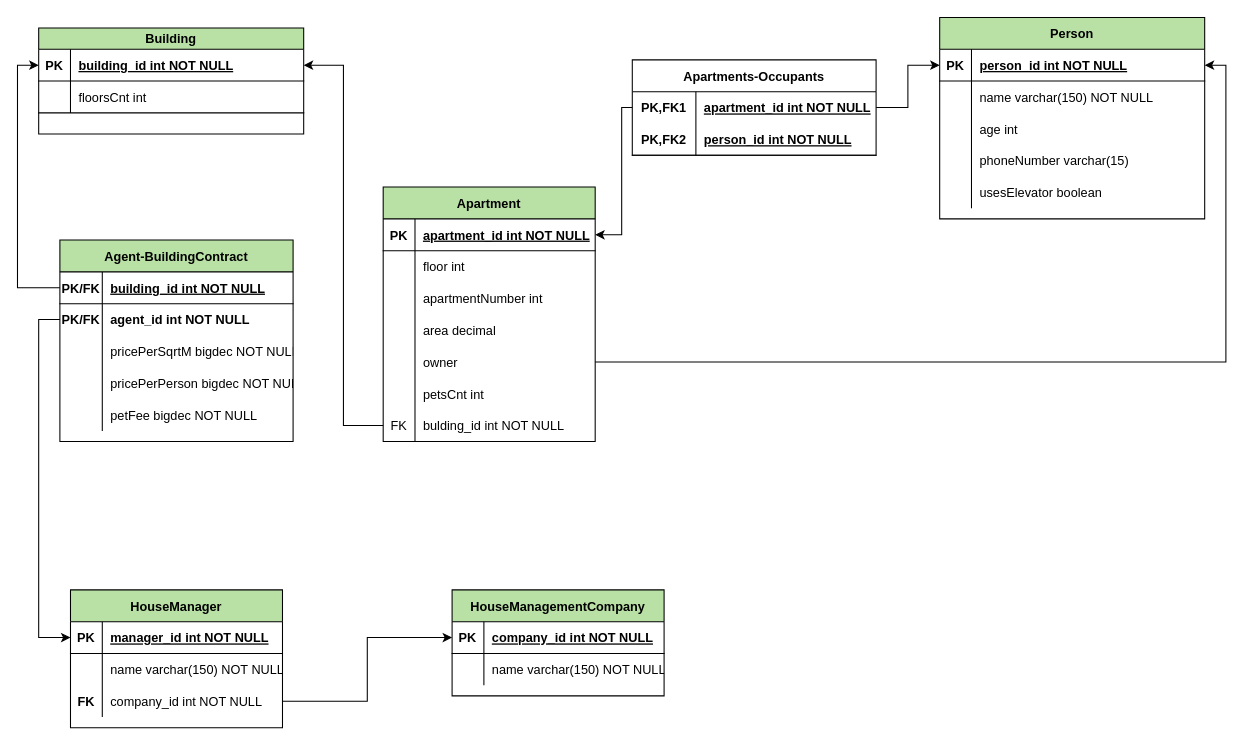
This is HouseManager-scheme.drawio from Gamblinggabble/HouseManager, a draw.io file, before an edit. Source tidied: cells renumbered, new cells numbered last; positions are measured from the earlier drawing's top-left corner, leaving out a move shared by most shapes. Both pictures are drawn from the tidied source at 106%, with x=0, y=0 at pixel (38, 17).
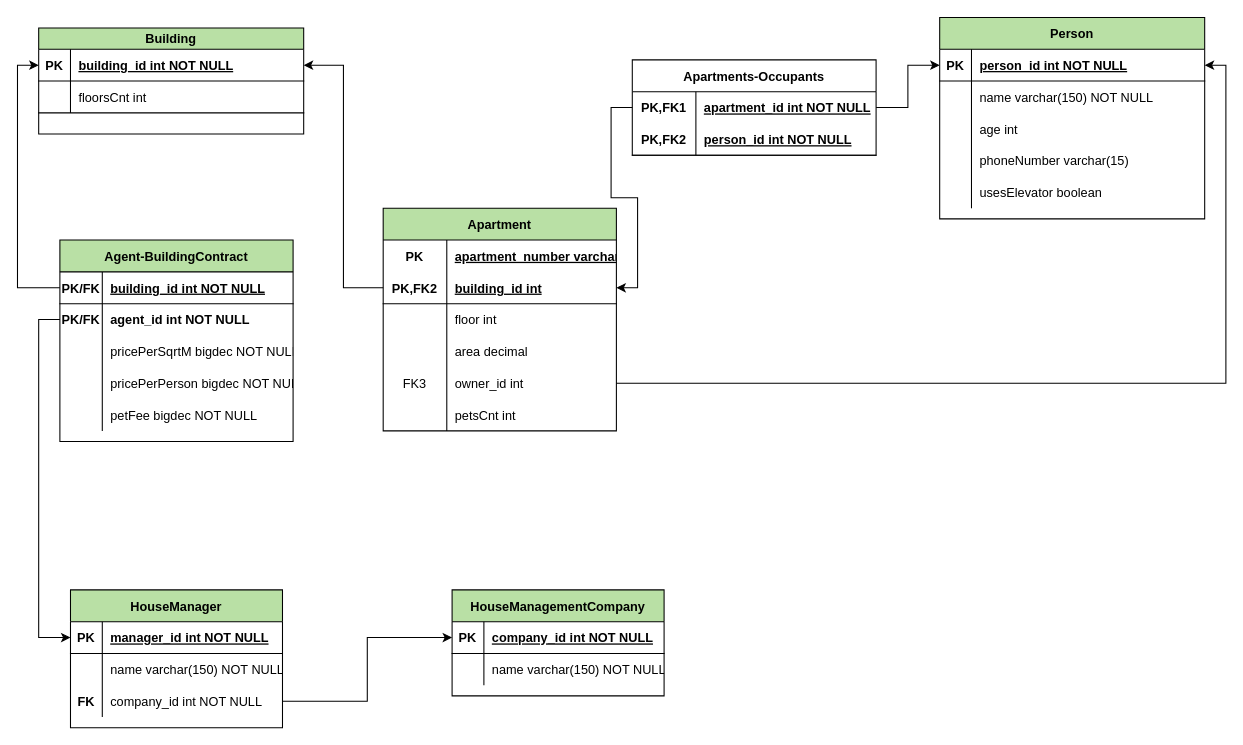
The same page after the edit.

Commit message (it also covers changes not shown here):
Change Apartment table primary key - composite of apartmentNumber and building_id

Unchanged cells that the change refers to:
```xml
<mxCell id="3" style="shape=partialRectangle;fillColor=none;points=[[0,0.5],[1,0.5]];portConstraint=eastwest;top=0;left=0;right=0;bottom=1;" parent="2" vertex="1">
  <mxGeometry y="30" width="250" height="30" as="geometry" />
</mxCell>
<mxCell id="19" style="shape=partialRectangle;fillColor=none;points=[[0,0.5],[1,0.5]];portConstraint=eastwest;top=0;left=0;right=0;bottom=1;" parent="18" vertex="1">
  <mxGeometry y="20" width="250" height="30" as="geometry" />
</mxCell>
<mxCell id="83" style="shape=tableRow;horizontal=0;startSize=0;swimlaneHead=0;swimlaneBody=0;fillColor=none;points=[[0,0.5],[1,0.5]];portConstraint=eastwest;top=0;left=0;right=0;bottom=0;" parent="82" vertex="1">
  <mxGeometry y="30" width="230" height="30" as="geometry" />
</mxCell>
```

The edit, as a diff of the source:
```diff
@@
-    <mxCell id="60" value="Apartment" style="shape=table;startSize=30;childLayout=tableLayout;rowLines=0;fontStyle=1;align=center;fillColor=#B9E0A5;" parent="1" vertex="1">
-      <mxGeometry x="325" y="160" width="200" height="240" as="geometry" />
-    </mxCell>
-    <mxCell id="61" style="shape=tableRow;horizontal=0;startSize=0;swimlaneHead=0;swimlaneBody=0;fillColor=none;points=[[0,0.5],[1,0.5]];portConstraint=eastwest;top=0;left=0;right=0;bottom=1;" parent="60" vertex="1">
-      <mxGeometry y="30" width="200" height="30" as="geometry" />
-    </mxCell>
-    <mxCell id="62" value="PK" style="shape=partialRectangle;fillColor=none;top=0;left=0;bottom=0;right=0;fontStyle=1;overflow=hidden;" parent="61" vertex="1">
-      <mxGeometry width="30" height="30" as="geometry" />
-    </mxCell>
-    <mxCell id="63" value="apartment_id int NOT NULL" style="shape=partialRectangle;fillColor=none;top=0;left=0;bottom=0;right=0;align=left;spacingLeft=6;fontStyle=5;overflow=hidden;" parent="61" vertex="1">
-      <mxGeometry x="30" width="170" height="30" as="geometry" />
-    </mxCell>
-    <mxCell id="64" style="shape=tableRow;horizontal=0;startSize=0;swimlaneHead=0;swimlaneBody=0;fillColor=none;top=0;left=0;right=0;bottom=0;" parent="60" vertex="1">
-      <mxGeometry y="60" width="200" height="30" as="geometry" />
-    </mxCell>
-    <mxCell id="65" style="shape=partialRectangle;fillColor=none;top=0;left=0;bottom=0;right=0;overflow=hidden;" parent="64" vertex="1">
-      <mxGeometry width="30" height="30" as="geometry" />
-    </mxCell>
-    <mxCell id="66" value="floor int" style="shape=partialRectangle;fillColor=none;top=0;left=0;bottom=0;right=0;align=left;spacingLeft=6;overflow=hidden;" parent="64" vertex="1">
-      <mxGeometry x="30" width="170" height="30" as="geometry" />
-    </mxCell>
-    <mxCell id="67" style="shape=tableRow;horizontal=0;startSize=0;swimlaneHead=0;swimlaneBody=0;fillColor=none;top=0;left=0;right=0;bottom=0;" parent="60" vertex="1">
-      <mxGeometry y="90" width="200" height="30" as="geometry" />
-    </mxCell>
-    <mxCell id="68" style="shape=partialRectangle;fillColor=none;top=0;left=0;bottom=0;right=0;overflow=hidden;" parent="67" vertex="1">
-      <mxGeometry width="30" height="30" as="geometry" />
-    </mxCell>
-    <mxCell id="69" value="apartmentNumber int" style="shape=partialRectangle;fillColor=none;top=0;left=0;bottom=0;right=0;align=left;spacingLeft=6;overflow=hidden;" parent="67" vertex="1">
-      <mxGeometry x="30" width="170" height="30" as="geometry" />
-    </mxCell>
-    <mxCell id="70" style="shape=tableRow;horizontal=0;startSize=0;swimlaneHead=0;swimlaneBody=0;fillColor=none;top=0;left=0;right=0;bottom=0;" parent="60" vertex="1">
-      <mxGeometry y="120" width="200" height="30" as="geometry" />
-    </mxCell>
-    <mxCell id="71" style="shape=partialRectangle;fillColor=none;top=0;left=0;bottom=0;right=0;overflow=hidden;" parent="70" vertex="1">
-      <mxGeometry width="30" height="30" as="geometry" />
-    </mxCell>
-    <mxCell id="72" value="area decimal" style="shape=partialRectangle;fillColor=none;top=0;left=0;bottom=0;right=0;align=left;spacingLeft=6;overflow=hidden;" parent="70" vertex="1">
-      <mxGeometry x="30" width="170" height="30" as="geometry" />
-    </mxCell>
-    <mxCell id="73" style="shape=tableRow;horizontal=0;startSize=0;swimlaneHead=0;swimlaneBody=0;fillColor=none;points=[[0,0.5],[1,0.5]];portConstraint=eastwest;top=0;left=0;right=0;bottom=0;" parent="60" vertex="1">
-      <mxGeometry y="150" width="200" height="30" as="geometry" />
-    </mxCell>
-    <mxCell id="74" style="shape=partialRectangle;fillColor=none;top=0;left=0;bottom=0;right=0;overflow=hidden;" parent="73" vertex="1">
-      <mxGeometry width="30" height="30" as="geometry" />
-    </mxCell>
-    <mxCell id="75" value="owner" style="shape=partialRectangle;fillColor=none;top=0;left=0;bottom=0;right=0;align=left;spacingLeft=6;overflow=hidden;" parent="73" vertex="1">
-      <mxGeometry x="30" width="170" height="30" as="geometry" />
-    </mxCell>
-    <mxCell id="76" style="shape=tableRow;horizontal=0;startSize=0;swimlaneHead=0;swimlaneBody=0;fillColor=none;top=0;left=0;right=0;bottom=0;" parent="60" vertex="1">
-      <mxGeometry y="180" width="200" height="30" as="geometry" />
-    </mxCell>
-    <mxCell id="77" style="shape=partialRectangle;fillColor=none;top=0;left=0;bottom=0;right=0;overflow=hidden;" parent="76" vertex="1">
-      <mxGeometry width="30" height="30" as="geometry" />
-    </mxCell>
-    <mxCell id="78" value="petsCnt int" style="shape=partialRectangle;fillColor=none;top=0;left=0;bottom=0;right=0;align=left;spacingLeft=6;overflow=hidden;" parent="76" vertex="1">
-      <mxGeometry x="30" width="170" height="30" as="geometry" />
-    </mxCell>
-    <mxCell id="79" style="shape=tableRow;horizontal=0;startSize=0;swimlaneHead=0;swimlaneBody=0;fillColor=none;points=[[0,0.5],[1,0.5]];portConstraint=eastwest;top=0;left=0;right=0;bottom=0;" parent="60" vertex="1">
-      <mxGeometry y="210" width="200" height="30" as="geometry" />
-    </mxCell>
-    <mxCell id="80" value="FK" style="shape=partialRectangle;fillColor=none;top=0;left=0;bottom=0;right=0;overflow=hidden;" parent="79" vertex="1">
-      <mxGeometry width="30" height="30" as="geometry" />
-    </mxCell>
-    <mxCell id="81" value="bulding_id int NOT NULL" style="shape=partialRectangle;fillColor=none;top=0;left=0;bottom=0;right=0;align=left;spacingLeft=6;overflow=hidden;" parent="79" vertex="1">
-      <mxGeometry x="30" width="170" height="30" as="geometry" />
-    </mxCell>
@@
-    <mxCell id="89" style="edgeStyle=orthogonalEdgeStyle;rounded=0;jettySize=auto;html=1;entryX=1;entryY=0.5;entryDx=0;entryDy=0;" parent="1" edge="1" source="83" target="61">
-      <mxGeometry relative="1" as="geometry">
-        <Array as="points">
-          <mxPoint x="550" y="85" />
-          <mxPoint x="550" y="205" />
-        </Array>
-      </mxGeometry>
-    </mxCell>
@@
-    <mxCell id="92" style="edgeStyle=orthogonalEdgeStyle;rounded=0;jettySize=auto;html=1;entryX=1;entryY=0.5;entryDx=0;entryDy=0;" parent="1" edge="1" source="73" target="3">
-      <mxGeometry relative="1" as="geometry" />
-    </mxCell>
-    <mxCell id="93" style="edgeStyle=orthogonalEdgeStyle;rounded=0;jettySize=auto;html=1;entryX=1;entryY=0.5;entryDx=0;entryDy=0;" parent="1" edge="1" source="79" target="19">
-      <mxGeometry relative="1" as="geometry" />
-    </mxCell>
+    <mxCell id="60" value="Apartment" style="shape=table;startSize=30;childLayout=tableLayout;rowLines=0;fontStyle=1;align=center;fillColor=#B9E0A5;" parent="1" vertex="1">
+      <mxGeometry x="325" y="180" width="220" height="210" as="geometry" />
+    </mxCell>
+    <mxCell id="94" style="shape=tableRow;horizontal=0;startSize=0;swimlaneHead=0;swimlaneBody=0;fillColor=none;top=0;left=0;right=0;bottom=0;" parent="60" vertex="1">
+      <mxGeometry y="30" width="220" height="30" as="geometry" />
+    </mxCell>
+    <mxCell id="62" value="PK" style="shape=partialRectangle;fillColor=none;top=0;left=0;bottom=0;right=0;fontStyle=1;overflow=hidden;" parent="94" vertex="1">
+      <mxGeometry width="60" height="30" as="geometry" />
+    </mxCell>
+    <mxCell id="95" value="apartment_number varchar" style="shape=partialRectangle;fillColor=none;top=0;left=0;bottom=0;right=0;align=left;spacingLeft=6;fontStyle=5;overflow=hidden;" parent="94" vertex="1">
+      <mxGeometry x="60" width="160" height="30" as="geometry" />
+    </mxCell>
+    <mxCell id="96" style="shape=tableRow;horizontal=0;startSize=0;swimlaneHead=0;swimlaneBody=0;fillColor=none;points=[[0,0.5],[1,0.5]];portConstraint=eastwest;top=0;left=0;right=0;bottom=1;" parent="60" vertex="1">
+      <mxGeometry y="60" width="220" height="30" as="geometry" />
+    </mxCell>
+    <mxCell id="97" value="PK,FK2" style="shape=partialRectangle;fillColor=none;top=0;left=0;bottom=0;right=0;fontStyle=1;overflow=hidden;" parent="96" vertex="1">
+      <mxGeometry width="60" height="30" as="geometry" />
+    </mxCell>
+    <mxCell id="98" value="building_id int" style="shape=partialRectangle;fillColor=none;top=0;left=0;bottom=0;right=0;align=left;spacingLeft=6;fontStyle=5;overflow=hidden;" parent="96" vertex="1">
+      <mxGeometry x="60" width="160" height="30" as="geometry" />
+    </mxCell>
+    <mxCell id="99" style="shape=tableRow;horizontal=0;startSize=0;swimlaneHead=0;swimlaneBody=0;fillColor=none;top=0;left=0;right=0;bottom=0;" parent="60" vertex="1">
+      <mxGeometry y="90" width="220" height="30" as="geometry" />
+    </mxCell>
+    <mxCell id="100" style="shape=partialRectangle;fillColor=none;top=0;left=0;bottom=0;right=0;overflow=hidden;" parent="99" vertex="1">
+      <mxGeometry width="60" height="30" as="geometry" />
+    </mxCell>
+    <mxCell id="66" value="floor int" style="shape=partialRectangle;fillColor=none;top=0;left=0;bottom=0;right=0;align=left;spacingLeft=6;overflow=hidden;" parent="99" vertex="1">
+      <mxGeometry x="60" width="160" height="30" as="geometry" />
+    </mxCell>
+    <mxCell id="101" style="shape=tableRow;horizontal=0;startSize=0;swimlaneHead=0;swimlaneBody=0;fillColor=none;top=0;left=0;right=0;bottom=0;" parent="60" vertex="1">
+      <mxGeometry y="120" width="220" height="30" as="geometry" />
+    </mxCell>
+    <mxCell id="102" style="shape=partialRectangle;fillColor=none;top=0;left=0;bottom=0;right=0;overflow=hidden;" parent="101" vertex="1">
+      <mxGeometry width="60" height="30" as="geometry" />
+    </mxCell>
+    <mxCell id="72" value="area decimal" style="shape=partialRectangle;fillColor=none;top=0;left=0;bottom=0;right=0;align=left;spacingLeft=6;overflow=hidden;" parent="101" vertex="1">
+      <mxGeometry x="60" width="160" height="30" as="geometry" />
+    </mxCell>
+    <mxCell id="103" style="shape=tableRow;horizontal=0;startSize=0;swimlaneHead=0;swimlaneBody=0;fillColor=none;points=[[0,0.5],[1,0.5]];portConstraint=eastwest;top=0;left=0;right=0;bottom=0;" parent="60" vertex="1">
+      <mxGeometry y="150" width="220" height="30" as="geometry" />
+    </mxCell>
+    <mxCell id="104" value="FK3" style="shape=partialRectangle;fillColor=none;top=0;left=0;bottom=0;right=0;overflow=hidden;" parent="103" vertex="1">
+      <mxGeometry width="60" height="30" as="geometry" />
+    </mxCell>
+    <mxCell id="105" value="owner_id int" style="shape=partialRectangle;fillColor=none;top=0;left=0;bottom=0;right=0;align=left;spacingLeft=6;overflow=hidden;" parent="103" vertex="1">
+      <mxGeometry x="60" width="160" height="30" as="geometry" />
+    </mxCell>
+    <mxCell id="106" style="shape=tableRow;horizontal=0;startSize=0;swimlaneHead=0;swimlaneBody=0;fillColor=none;top=0;left=0;right=0;bottom=0;" parent="60" vertex="1">
+      <mxGeometry y="180" width="220" height="30" as="geometry" />
+    </mxCell>
+    <mxCell id="107" style="shape=partialRectangle;fillColor=none;top=0;left=0;bottom=0;right=0;overflow=hidden;" parent="106" vertex="1">
+      <mxGeometry width="60" height="30" as="geometry" />
+    </mxCell>
+    <mxCell id="78" value="petsCnt int" style="shape=partialRectangle;fillColor=none;top=0;left=0;bottom=0;right=0;align=left;spacingLeft=6;overflow=hidden;" parent="106" vertex="1">
+      <mxGeometry x="60" width="160" height="30" as="geometry" />
+    </mxCell>
+    <mxCell id="108" style="edgeStyle=orthogonalEdgeStyle;rounded=0;jettySize=auto;html=1;entryX=1;entryY=0.5;entryDx=0;entryDy=0;" parent="1" edge="1" source="96" target="19">
+      <mxGeometry relative="1" as="geometry" />
+    </mxCell>
+    <mxCell id="109" style="edgeStyle=orthogonalEdgeStyle;rounded=0;jettySize=auto;html=1;entryX=1;entryY=0.5;entryDx=0;entryDy=0;" parent="1" edge="1" source="103" target="3">
+      <mxGeometry relative="1" as="geometry" />
+    </mxCell>
+    <mxCell id="110" style="edgeStyle=orthogonalEdgeStyle;rounded=0;jettySize=auto;html=1;entryX=1;entryY=0.5;entryDx=0;entryDy=0;" parent="1" edge="1" source="83" target="96">
+      <mxGeometry relative="1" as="geometry" />
+    </mxCell>
```
